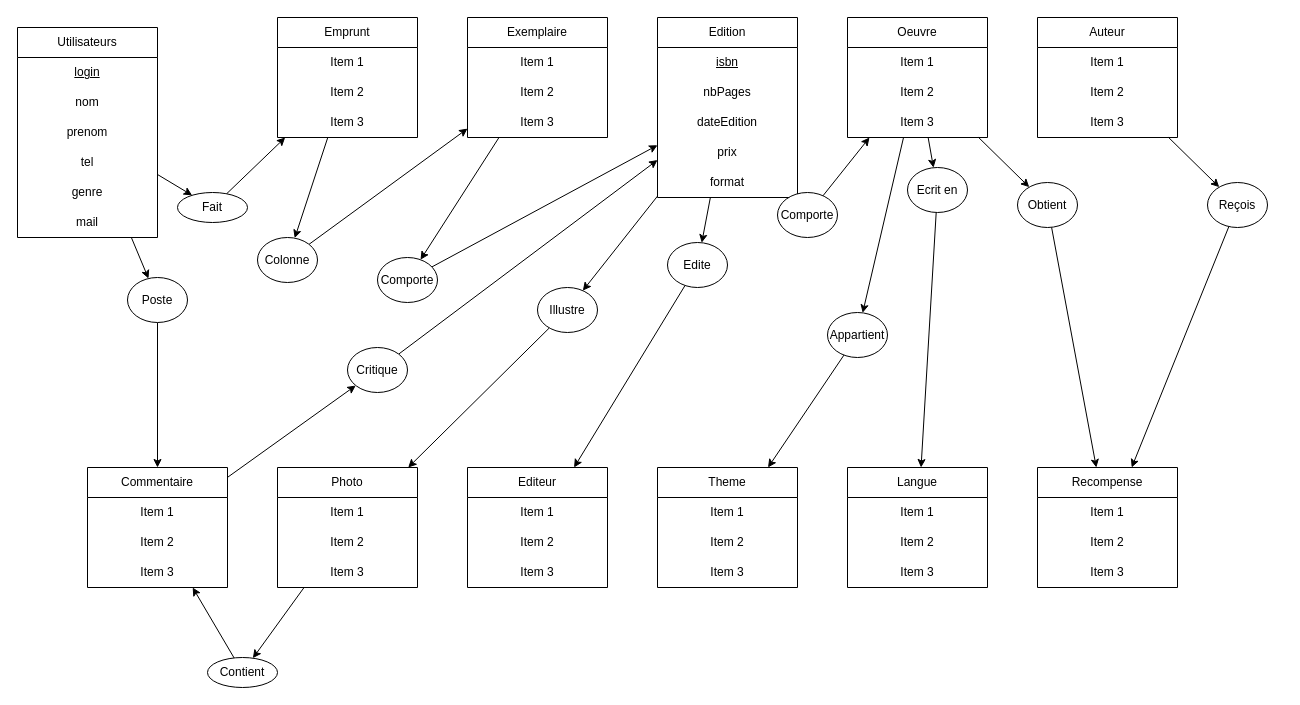
Before: Drawio/Exo3bd.dio in shadowforce78/UVSQ, a draw.io diagram. Source tidied: cells renumbered, new cells numbered last; positions are measured from the earlier drawing's top-left corner, leaving out a move shared by most shapes. Both pictures are drawn from the tidied source at 100%, with x=0, y=0 at pixel (17, 17).
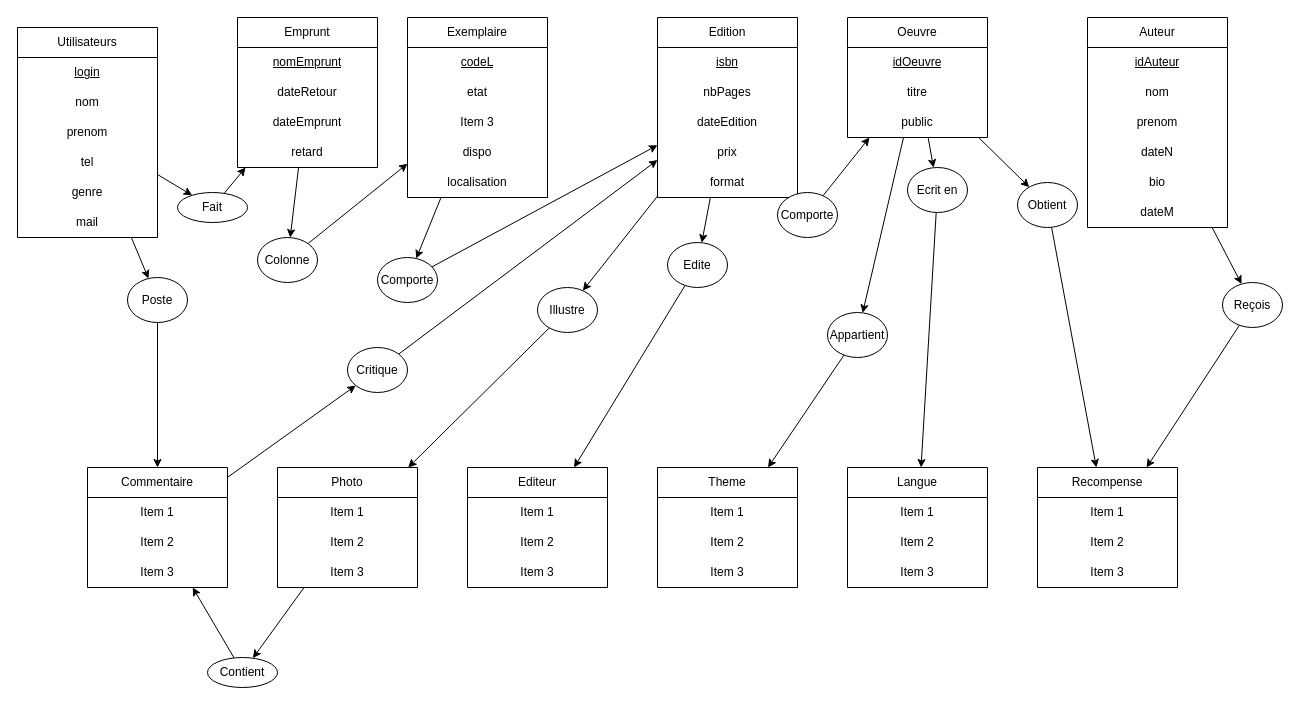
After the change.

Commit message:
vault backup: 2024-11-22 16:59:35

Unchanged cells that the change refers to:
```xml
<mxCell id="33" value="Oeuvre" style="swimlane;fontStyle=0;horizontal=1;startSize=30;whiteSpace=wrap;html=1;align=center;" parent="1" vertex="1">
  <mxGeometry x="830" width="140" height="120" as="geometry" />
</mxCell>
```

Change to the diagram source:
```diff
@@
     <mxCell id="12" value="Emprunt" style="swimlane;fontStyle=0;horizontal=1;startSize=30;whiteSpace=wrap;html=1;align=center;" parent="1" vertex="1">
-      <mxGeometry x="260" width="140" height="120" as="geometry" />
+      <mxGeometry x="220" width="140" height="150" as="geometry" />
     </mxCell>
-    <mxCell id="13" value="Item 1" style="text;strokeColor=none;fillColor=none;align=center;verticalAlign=middle;spacingLeft=4;spacingRight=4;overflow=hidden;whiteSpace=wrap;html=1;" parent="12" vertex="1">
+    <mxCell id="13" value="&lt;u&gt;nomEmprunt&lt;/u&gt;" style="text;strokeColor=none;fillColor=none;align=center;verticalAlign=middle;spacingLeft=4;spacingRight=4;overflow=hidden;whiteSpace=wrap;html=1;" parent="12" vertex="1">
       <mxGeometry y="30" width="140" height="30" as="geometry" />
     </mxCell>
-    <mxCell id="14" value="Item 2" style="text;strokeColor=none;fillColor=none;align=center;verticalAlign=middle;spacingLeft=4;spacingRight=4;overflow=hidden;whiteSpace=wrap;html=1;" parent="12" vertex="1">
+    <mxCell id="14" value="dateRetour" style="text;strokeColor=none;fillColor=none;align=center;verticalAlign=middle;spacingLeft=4;spacingRight=4;overflow=hidden;whiteSpace=wrap;html=1;" parent="12" vertex="1">
       <mxGeometry y="60" width="140" height="30" as="geometry" />
     </mxCell>
-    <mxCell id="15" value="Item 3" style="text;strokeColor=none;fillColor=none;align=center;verticalAlign=middle;spacingLeft=4;spacingRight=4;overflow=hidden;whiteSpace=wrap;html=1;" parent="12" vertex="1">
+    <mxCell id="15" value="dateEmprunt" style="text;strokeColor=none;fillColor=none;align=center;verticalAlign=middle;spacingLeft=4;spacingRight=4;overflow=hidden;whiteSpace=wrap;html=1;" parent="12" vertex="1">
       <mxGeometry y="90" width="140" height="30" as="geometry" />
     </mxCell>
+    <mxCell id="94" value="retard" style="text;html=1;strokeColor=none;fillColor=none;align=center;verticalAlign=middle;whiteSpace=wrap;rounded=0;" parent="12" vertex="1">
+      <mxGeometry y="120" width="140" height="30" as="geometry" />
+    </mxCell>
@@
     <mxCell id="17" value="Exemplaire" style="swimlane;fontStyle=0;horizontal=1;startSize=30;whiteSpace=wrap;html=1;align=center;" parent="1" vertex="1">
-      <mxGeometry x="450" width="140" height="120" as="geometry" />
+      <mxGeometry x="390" width="140" height="180" as="geometry" />
     </mxCell>
-    <mxCell id="18" value="Item 1" style="text;strokeColor=none;fillColor=none;align=center;verticalAlign=middle;spacingLeft=4;spacingRight=4;overflow=hidden;whiteSpace=wrap;html=1;" parent="17" vertex="1">
+    <mxCell id="18" value="&lt;u&gt;codeL&lt;/u&gt;" style="text;strokeColor=none;fillColor=none;align=center;verticalAlign=middle;spacingLeft=4;spacingRight=4;overflow=hidden;whiteSpace=wrap;html=1;" parent="17" vertex="1">
       <mxGeometry y="30" width="140" height="30" as="geometry" />
     </mxCell>
-    <mxCell id="19" value="Item 2" style="text;strokeColor=none;fillColor=none;align=center;verticalAlign=middle;spacingLeft=4;spacingRight=4;overflow=hidden;whiteSpace=wrap;html=1;" parent="17" vertex="1">
+    <mxCell id="19" value="etat" style="text;strokeColor=none;fillColor=none;align=center;verticalAlign=middle;spacingLeft=4;spacingRight=4;overflow=hidden;whiteSpace=wrap;html=1;" parent="17" vertex="1">
       <mxGeometry y="60" width="140" height="30" as="geometry" />
     </mxCell>
@@
+    <mxCell id="95" value="dispo" style="text;html=1;strokeColor=none;fillColor=none;align=center;verticalAlign=middle;whiteSpace=wrap;rounded=0;" parent="17" vertex="1">
+      <mxGeometry y="120" width="140" height="30" as="geometry" />
+    </mxCell>
+    <mxCell id="96" value="localisation" style="text;html=1;strokeColor=none;fillColor=none;align=center;verticalAlign=middle;whiteSpace=wrap;rounded=0;" parent="17" vertex="1">
+      <mxGeometry y="150" width="140" height="30" as="geometry" />
+    </mxCell>
@@
-    <mxCell id="34" value="Item 1" style="text;strokeColor=none;fillColor=none;align=center;verticalAlign=middle;spacingLeft=4;spacingRight=4;overflow=hidden;whiteSpace=wrap;html=1;" parent="33" vertex="1">
+    <mxCell id="34" value="&lt;u&gt;idOeuvre&lt;/u&gt;" style="text;strokeColor=none;fillColor=none;align=center;verticalAlign=middle;spacingLeft=4;spacingRight=4;overflow=hidden;whiteSpace=wrap;html=1;" parent="33" vertex="1">
       <mxGeometry y="30" width="140" height="30" as="geometry" />
     </mxCell>
-    <mxCell id="35" value="Item 2" style="text;strokeColor=none;fillColor=none;align=center;verticalAlign=middle;spacingLeft=4;spacingRight=4;overflow=hidden;whiteSpace=wrap;html=1;" parent="33" vertex="1">
+    <mxCell id="35" value="titre" style="text;strokeColor=none;fillColor=none;align=center;verticalAlign=middle;spacingLeft=4;spacingRight=4;overflow=hidden;whiteSpace=wrap;html=1;" parent="33" vertex="1">
       <mxGeometry y="60" width="140" height="30" as="geometry" />
     </mxCell>
-    <mxCell id="36" value="Item 3" style="text;strokeColor=none;fillColor=none;align=center;verticalAlign=middle;spacingLeft=4;spacingRight=4;overflow=hidden;whiteSpace=wrap;html=1;" parent="33" vertex="1">
+    <mxCell id="36" value="public" style="text;strokeColor=none;fillColor=none;align=center;verticalAlign=middle;spacingLeft=4;spacingRight=4;overflow=hidden;whiteSpace=wrap;html=1;" parent="33" vertex="1">
       <mxGeometry y="90" width="140" height="30" as="geometry" />
     </mxCell>
@@
     <mxCell id="38" value="Auteur" style="swimlane;fontStyle=0;horizontal=1;startSize=30;whiteSpace=wrap;html=1;align=center;" parent="1" vertex="1">
-      <mxGeometry x="1020" width="140" height="120" as="geometry" />
+      <mxGeometry x="1070" width="140" height="210" as="geometry" />
     </mxCell>
-    <mxCell id="39" value="Item 1" style="text;strokeColor=none;fillColor=none;align=center;verticalAlign=middle;spacingLeft=4;spacingRight=4;overflow=hidden;whiteSpace=wrap;html=1;" parent="38" vertex="1">
+    <mxCell id="39" value="&lt;u&gt;idAuteur&lt;/u&gt;" style="text;strokeColor=none;fillColor=none;align=center;verticalAlign=middle;spacingLeft=4;spacingRight=4;overflow=hidden;whiteSpace=wrap;html=1;" parent="38" vertex="1">
       <mxGeometry y="30" width="140" height="30" as="geometry" />
     </mxCell>
-    <mxCell id="40" value="Item 2" style="text;strokeColor=none;fillColor=none;align=center;verticalAlign=middle;spacingLeft=4;spacingRight=4;overflow=hidden;whiteSpace=wrap;html=1;" parent="38" vertex="1">
+    <mxCell id="40" value="nom" style="text;strokeColor=none;fillColor=none;align=center;verticalAlign=middle;spacingLeft=4;spacingRight=4;overflow=hidden;whiteSpace=wrap;html=1;" parent="38" vertex="1">
       <mxGeometry y="60" width="140" height="30" as="geometry" />
     </mxCell>
-    <mxCell id="41" value="Item 3" style="text;strokeColor=none;fillColor=none;align=center;verticalAlign=middle;spacingLeft=4;spacingRight=4;overflow=hidden;whiteSpace=wrap;html=1;" parent="38" vertex="1">
+    <mxCell id="41" value="prenom" style="text;strokeColor=none;fillColor=none;align=center;verticalAlign=middle;spacingLeft=4;spacingRight=4;overflow=hidden;whiteSpace=wrap;html=1;" parent="38" vertex="1">
       <mxGeometry y="90" width="140" height="30" as="geometry" />
     </mxCell>
+    <mxCell id="97" value="dateN" style="text;html=1;strokeColor=none;fillColor=none;align=center;verticalAlign=middle;whiteSpace=wrap;rounded=0;" parent="38" vertex="1">
+      <mxGeometry y="120" width="140" height="30" as="geometry" />
+    </mxCell>
+    <mxCell id="98" value="bio" style="text;html=1;strokeColor=none;fillColor=none;align=center;verticalAlign=middle;whiteSpace=wrap;rounded=0;" parent="38" vertex="1">
+      <mxGeometry y="150" width="140" height="30" as="geometry" />
+    </mxCell>
+    <mxCell id="99" value="dateM" style="text;html=1;strokeColor=none;fillColor=none;align=center;verticalAlign=middle;whiteSpace=wrap;rounded=0;" parent="38" vertex="1">
+      <mxGeometry y="180" width="140" height="30" as="geometry" />
+    </mxCell>
@@
     <mxCell id="85" value="Reçois" style="ellipse;whiteSpace=wrap;html=1;align=center;" parent="1" vertex="1">
-      <mxGeometry x="1190" y="165" width="60" height="45" as="geometry" />
+      <mxGeometry x="1205" y="265" width="60" height="45" as="geometry" />
     </mxCell>
```
